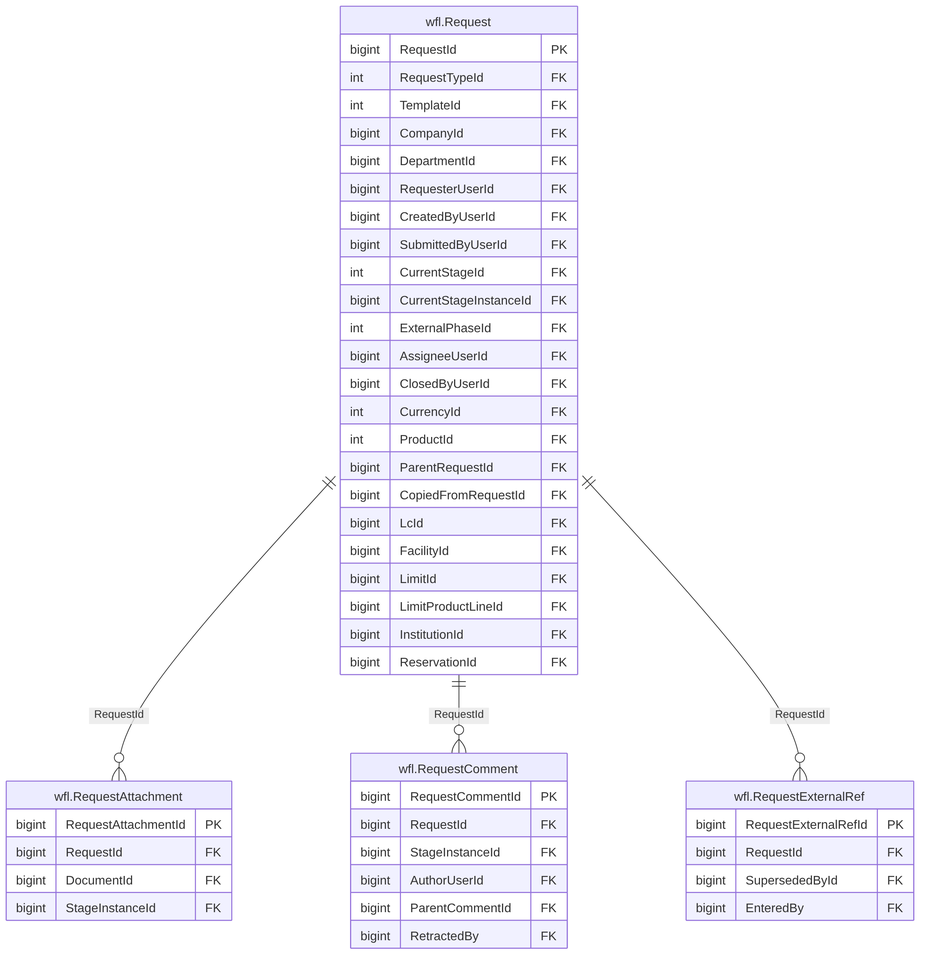
The Mermaid diagram treasury-platform/docs/diagrams/erd/m6_requests_1.png in thawrasy/smartlines, before a commit. Its source is kept beside it as treasury-platform/docs/diagrams/erd/m6_requests_1.mmd.
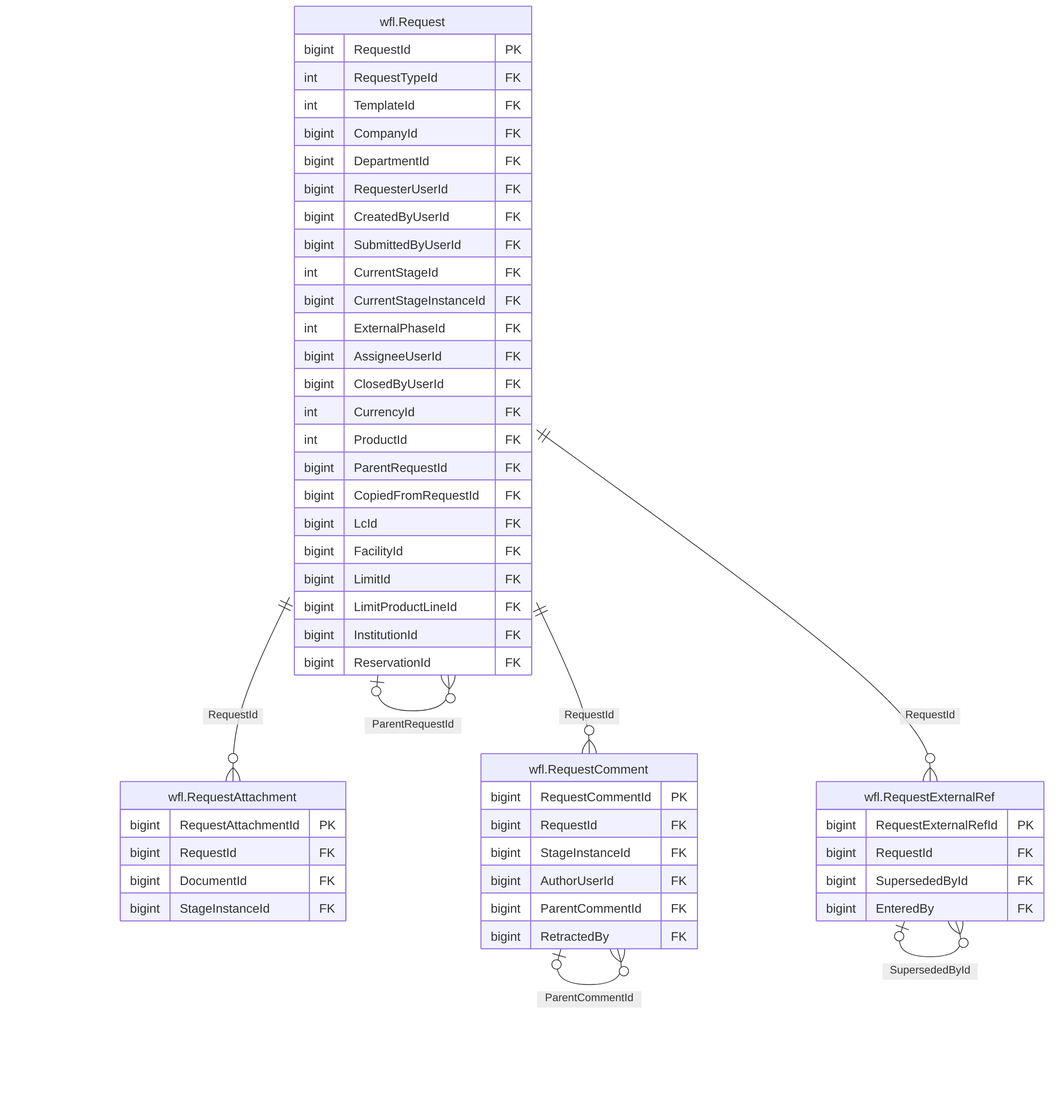
Above is the later version.

Change to the diagram source:
```diff
@@ -44,6 +44,10 @@
     bigint SupersededById FK
     bigint EnteredBy FK
   }
+  wfl_Request |o--o{ wfl_Request : "CopiedFromRequestId"
+  wfl_Request |o--o{ wfl_Request : "ParentRequestId"
   wfl_Request ||--o{ wfl_RequestAttachment : "RequestId"
   wfl_Request ||--o{ wfl_RequestComment : "RequestId"
   wfl_Request ||--o{ wfl_RequestExternalRef : "RequestId"
+  wfl_RequestComment |o--o{ wfl_RequestComment : "ParentCommentId"
+  wfl_RequestExternalRef |o--o{ wfl_RequestExternalRef : "SupersededById"
```
